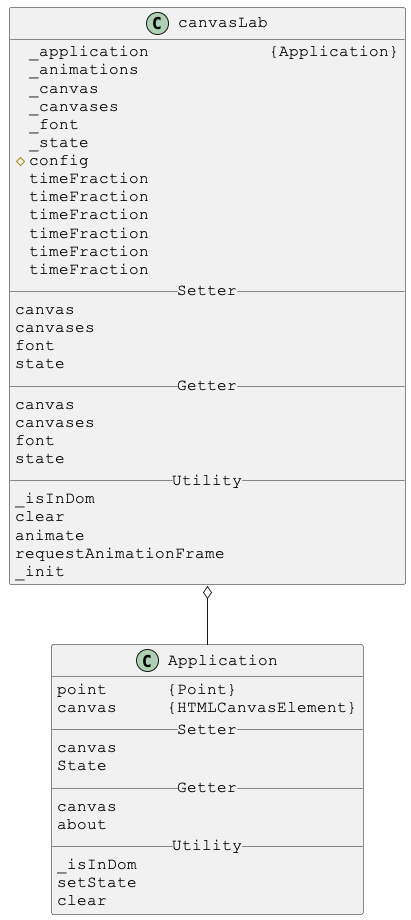
The PlantUML diagram docs/PlantUml/images/linked/canvasLab-linked.png in Justin-Byrne/canvasLab, before a commit. Source of this version:
```plantuml
@startuml

skinparam DefaultFontSize 16
skinparam DefaultFontName Courier New

class canvasLab {
_application            {Application}
_animations
_canvas
_canvases
_font
_state
#config
timeFraction
timeFraction
timeFraction
timeFraction
timeFraction
timeFraction
__ Setter __
canvas
canvases
font
state
__ Getter __
canvas
canvases
font
state
__ Utility __
_isInDom
clear
animate
requestAnimationFrame
_init
}

canvasLab o-- Application



skinparam DefaultFontSize 16
skinparam DefaultFontName Courier New

class Application {
point      {Point}
canvas     {HTMLCanvasElement}
__ Setter __
canvas
State
__ Getter __
canvas
about
__ Utility __
_isInDom
setState
clear
}

@enduml
```
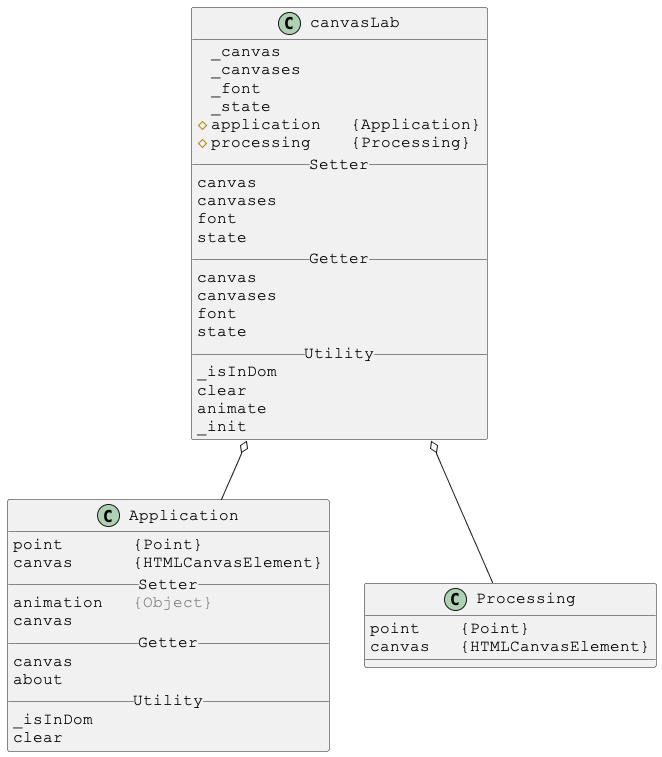
Later version of the same file.

Change to the diagram source:
```diff
@@ -4,19 +4,12 @@
 skinparam DefaultFontName Courier New
 
 class canvasLab {
-_application            {Application}
-_animations
 _canvas
 _canvases
 _font
 _state
-#config
-timeFraction
-timeFraction
-timeFraction
-timeFraction
-timeFraction
-timeFraction
+#application   {Application}
+#processing    {Processing}
 __ Setter __
 canvas
 canvases
@@ -31,11 +24,11 @@
 _isInDom
 clear
 animate
-requestAnimationFrame
 _init
 }
 
 canvasLab o-- Application
+canvasLab o-- Processing
 
 
 
@@ -43,18 +36,27 @@
 skinparam DefaultFontName Courier New
 
 class Application {
-point      {Point}
-canvas     {HTMLCanvasElement}
+point       {Point}
+canvas      {HTMLCanvasElement}
 __ Setter __
+animation   <color:gray>{Object}</color>
 canvas
-State
 __ Getter __
 canvas
 about
 __ Utility __
 _isInDom
-setState
 clear
 }
 
+
+
+skinparam DefaultFontSize 16
+skinparam DefaultFontName Courier New
+
+class Processing {
+point    {Point}
+canvas   {HTMLCanvasElement}
+}
+
 @enduml
```
